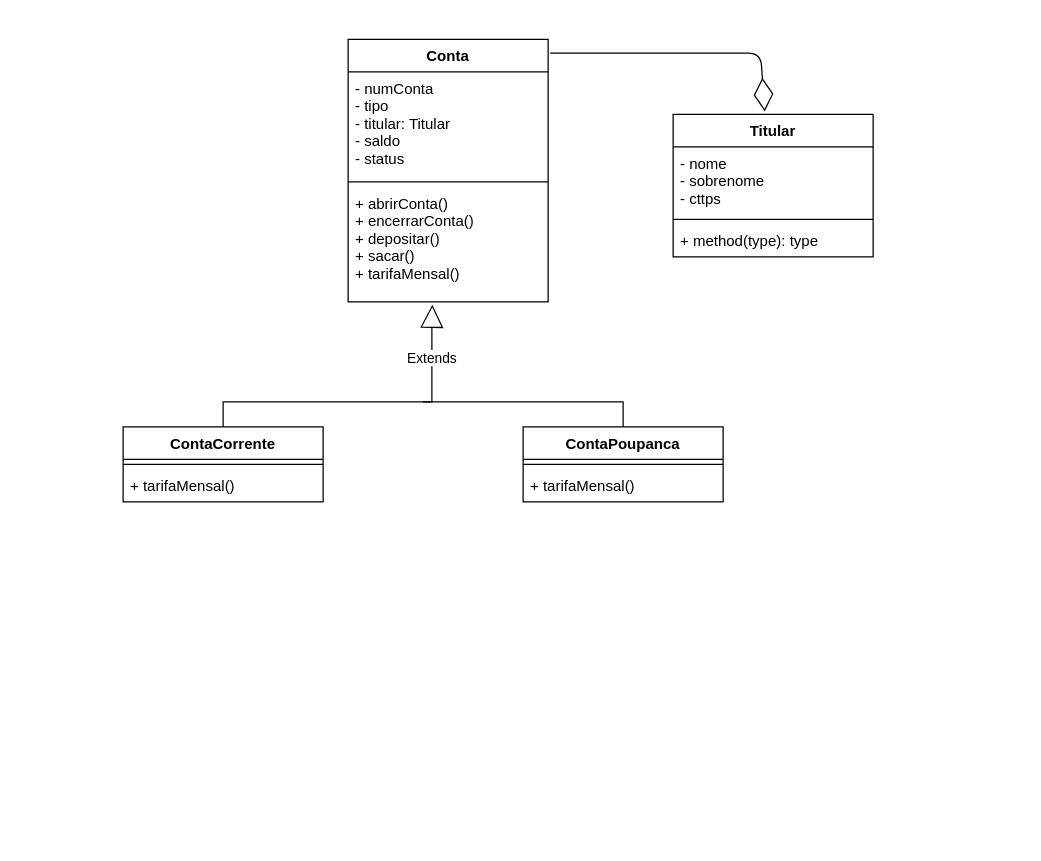
Before: atividades/Conta/Diagrama.drawio in endroni/TII2001M-03, a draw.io diagram. Source tidied: cells renumbered, new cells numbered last; positions are measured from the earlier drawing's top-left corner, leaving out a move shared by most shapes. Both pictures are drawn from the tidied source at 125%, with x=0, y=0 at pixel (122, 39).
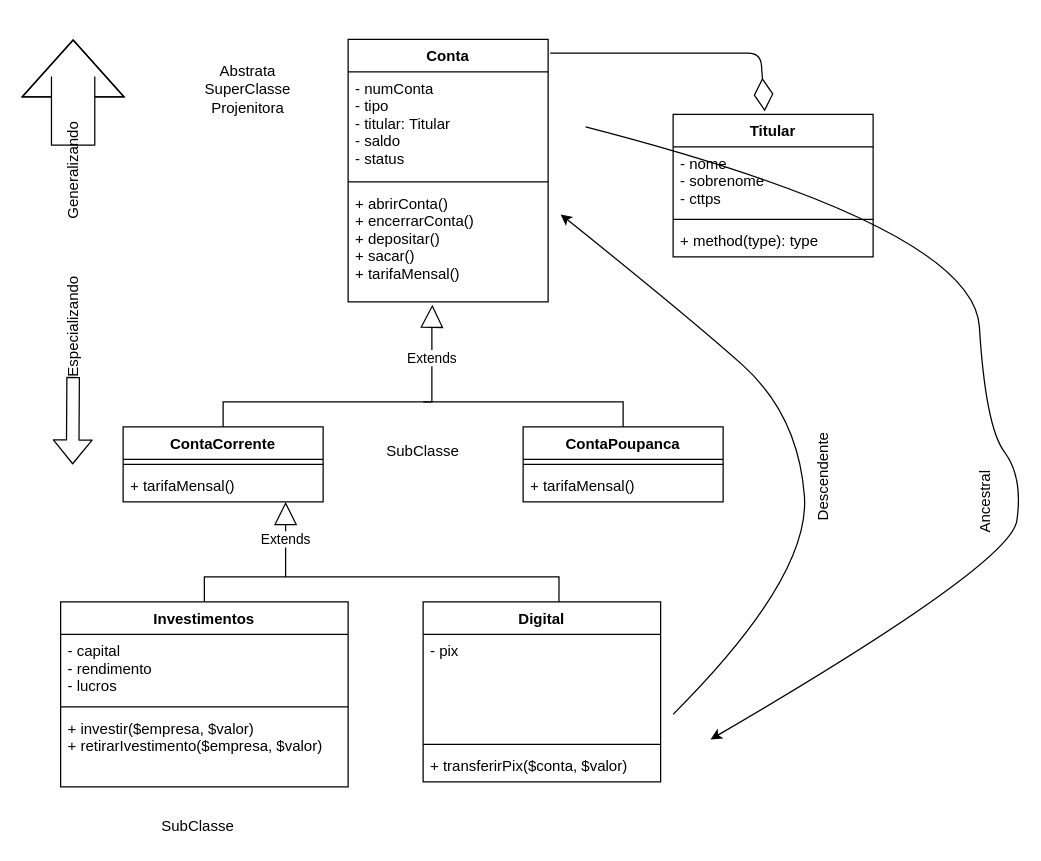
Above is the later version.

What changed in the source:
```diff
@@
+    <mxCell id="19" style="edgeStyle=orthogonalEdgeStyle;rounded=0;jettySize=auto;html=1;entryX=0.572;entryY=0.005;entryDx=0;entryDy=0;entryPerimeter=0;endArrow=none;endFill=0;" parent="1" edge="1" source="20" target="30">
+      <mxGeometry relative="1" as="geometry">
+        <Array as="points">
+          <mxPoint x="65" y="430" />
+          <mxPoint x="349" y="430" />
+        </Array>
+      </mxGeometry>
+    </mxCell>
+    <mxCell id="20" value="Investimentos" style="swimlane;fontStyle=1;align=center;verticalAlign=top;horizontal=1;startSize=26;" parent="1" vertex="1">
+      <mxGeometry x="-50" y="450" width="230" height="148" as="geometry" />
+    </mxCell>
+    <mxCell id="21" value="- capital&#10;- rendimento&#10;- lucros" style="text;strokeColor=none;fillColor=none;align=left;verticalAlign=top;spacingLeft=4;spacingRight=4;overflow=hidden;" parent="20" vertex="1">
+      <mxGeometry y="26" width="230" height="54" as="geometry" />
+    </mxCell>
+    <mxCell id="22" style="line;strokeWidth=1;fillColor=none;align=left;verticalAlign=middle;spacingTop=-1;spacingLeft=3;spacingRight=3;labelPosition=right;" parent="20" vertex="1">
+      <mxGeometry y="80" width="230" height="8" as="geometry" />
+    </mxCell>
+    <mxCell id="23" value="+ investir($empresa, $valor)&#10;+ retirarIvestimento($empresa, $valor)&#10;&#10;" style="text;strokeColor=none;fillColor=none;align=left;verticalAlign=top;spacingLeft=4;spacingRight=4;overflow=hidden;" parent="20" vertex="1">
+      <mxGeometry y="88" width="230" height="60" as="geometry" />
+    </mxCell>
+    <mxCell id="24" value="Abstrata&lt;br&gt;SuperClasse&lt;br&gt;Projenitora" style="text;html=1;strokeColor=none;fillColor=none;align=center;verticalAlign=middle;whiteSpace=wrap;rounded=0;" parent="1" vertex="1">
+      <mxGeometry x="50" y="10" width="100" height="60" as="geometry" />
+    </mxCell>
+    <mxCell id="25" value="SubClasse" style="text;html=1;strokeColor=none;fillColor=none;align=center;verticalAlign=middle;whiteSpace=wrap;rounded=0;" parent="1" vertex="1">
+      <mxGeometry x="190" y="320" width="100" height="20" as="geometry" />
+    </mxCell>
+    <mxCell id="26" value="Generalizando&lt;br&gt;" style="text;html=1;strokeColor=none;fillColor=none;align=center;verticalAlign=middle;whiteSpace=wrap;rounded=0;rotation=-90;" parent="1" vertex="1">
+      <mxGeometry x="-60" y="95" width="40" height="20" as="geometry" />
+    </mxCell>
+    <mxCell id="27" style="shape=flexArrow;endArrow=classic;html=1;endWidth=46;endSize=14.863333333333335;width=34.666666666666664;" parent="1" edge="1" source="26">
+      <mxGeometry relative="1" as="geometry">
+        <mxPoint x="-40" as="targetPoint" />
+        <Array as="points">
+          <mxPoint x="-40" y="30" />
+        </Array>
+      </mxGeometry>
+    </mxCell>
+    <mxCell id="28" value="Especializando" style="text;html=1;strokeColor=none;fillColor=none;align=center;verticalAlign=middle;whiteSpace=wrap;rounded=0;rotation=-90;" parent="1" vertex="1">
+      <mxGeometry x="-60" y="220" width="40" height="20" as="geometry" />
+    </mxCell>
+    <mxCell id="29" style="shape=flexArrow;endArrow=classic;html=1;" parent="1" edge="1">
+      <mxGeometry relative="1" as="geometry">
+        <mxPoint x="-40" y="270" as="sourcePoint" />
+        <mxPoint x="-40.4" y="340" as="targetPoint" />
+      </mxGeometry>
+    </mxCell>
+    <mxCell id="30" value="Digital" style="swimlane;fontStyle=1;align=center;verticalAlign=top;horizontal=1;startSize=26;" parent="1" vertex="1">
+      <mxGeometry x="240" y="450" width="190" height="144" as="geometry" />
+    </mxCell>
+    <mxCell id="31" value="- pix" style="text;strokeColor=none;fillColor=none;align=left;verticalAlign=top;spacingLeft=4;spacingRight=4;overflow=hidden;" parent="30" vertex="1">
+      <mxGeometry y="26" width="190" height="84" as="geometry" />
+    </mxCell>
+    <mxCell id="32" style="line;strokeWidth=1;fillColor=none;align=left;verticalAlign=middle;spacingTop=-1;spacingLeft=3;spacingRight=3;labelPosition=right;" parent="30" vertex="1">
+      <mxGeometry y="110" width="190" height="8" as="geometry" />
+    </mxCell>
+    <mxCell id="33" value="+ transferirPix($conta, $valor)" style="text;strokeColor=none;fillColor=none;align=left;verticalAlign=top;spacingLeft=4;spacingRight=4;overflow=hidden;" parent="30" vertex="1">
+      <mxGeometry y="118" width="190" height="26" as="geometry" />
+    </mxCell>
+    <mxCell id="34" value="Extends" style="endArrow=block;endSize=16;endFill=0;html=1;" parent="1" edge="1">
+      <mxGeometry relative="1" as="geometry">
+        <mxPoint x="130" y="430" as="sourcePoint" />
+        <mxPoint x="130" y="370" as="targetPoint" />
+      </mxGeometry>
+    </mxCell>
+    <mxCell id="35" style="curved=1;endArrow=classic;html=1;" parent="1" edge="1">
+      <mxGeometry relative="1" as="geometry">
+        <mxPoint x="440" y="540" as="sourcePoint" />
+        <mxPoint x="350" y="140" as="targetPoint" />
+        <Array as="points">
+          <mxPoint x="550" y="430" />
+          <mxPoint x="540" y="300" />
+          <mxPoint x="450" y="220" />
+        </Array>
+      </mxGeometry>
+    </mxCell>
+    <mxCell id="36" value="Ancestral&lt;br&gt;" style="text;html=1;strokeColor=none;fillColor=none;align=center;verticalAlign=middle;whiteSpace=wrap;rounded=0;rotation=-90;" parent="1" vertex="1">
+      <mxGeometry x="670" y="360" width="40" height="20" as="geometry" />
+    </mxCell>
+    <mxCell id="37" style="curved=1;endArrow=classic;html=1;" parent="1" edge="1">
+      <mxGeometry relative="1" as="geometry">
+        <mxPoint x="370" y="70" as="sourcePoint" />
+        <mxPoint x="470" y="560" as="targetPoint" />
+        <Array as="points">
+          <mxPoint x="680" y="150" />
+          <mxPoint x="690" y="310" />
+          <mxPoint x="720" y="350" />
+          <mxPoint x="710" y="420" />
+        </Array>
+      </mxGeometry>
+    </mxCell>
+    <mxCell id="38" value="Descendente&lt;br&gt;" style="text;html=1;strokeColor=none;fillColor=none;align=center;verticalAlign=middle;whiteSpace=wrap;rounded=0;rotation=-90;" parent="1" vertex="1">
+      <mxGeometry x="540" y="340" width="40" height="20" as="geometry" />
+    </mxCell>
+    <mxCell id="39" value="SubClasse" style="text;html=1;strokeColor=none;fillColor=none;align=center;verticalAlign=middle;whiteSpace=wrap;rounded=0;" parent="1" vertex="1">
+      <mxGeometry x="10" y="620" width="100" height="20" as="geometry" />
+    </mxCell>
```
